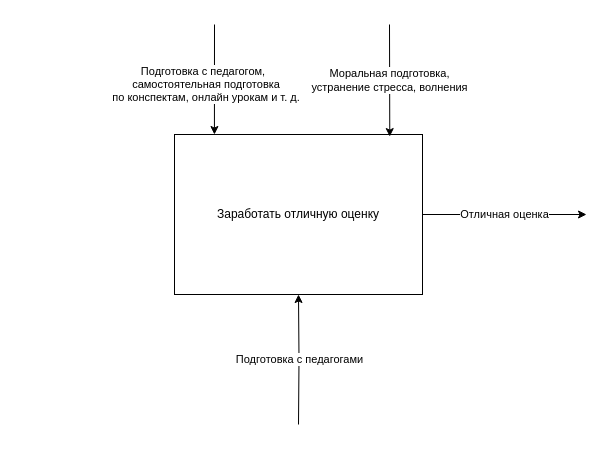
Earlier version of the draw.io diagram First exercise.drawio (IcRipperr/IDEF0). Source tidied: cells renumbered, new cells numbered last; positions are measured from the earlier drawing's top-left corner, leaving out a move shared by most shapes. Both pictures are drawn from the tidied source at 100%, with x=0, y=0 at pixel (174, 24).
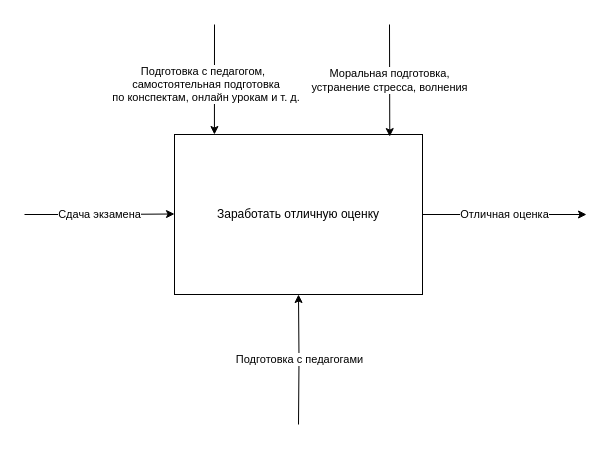
The same page after the edit.

Change to the diagram source:
```diff
@@
 <mxGraphModel>
   <root>
     <mxCell id="0" />
     <mxCell id="1" parent="0" />
     <mxCell id="2" value="Отличная оценка" style="edgeStyle=orthogonalEdgeStyle;rounded=0;jettySize=auto;html=1;" parent="1" edge="1" source="3">
       <mxGeometry relative="1" as="geometry">
         <mxPoint x="412" y="190" as="targetPoint" />
       </mxGeometry>
     </mxCell>
     <mxCell id="3" value="Заработать отличную оценку" style="rounded=0;whiteSpace=wrap;html=1;" parent="1" vertex="1">
       <mxGeometry y="110" width="248" height="160" as="geometry" />
     </mxCell>
     <mxCell id="4" value="Подготовка с педагогами" style="edgeStyle=orthogonalEdgeStyle;rounded=0;jettySize=auto;html=1;entryX=0.5;entryY=1;entryDx=0;entryDy=0;" parent="1" edge="1" target="3">
       <mxGeometry relative="1" as="geometry">
         <mxPoint x="124" y="400" as="sourcePoint" />
       </mxGeometry>
     </mxCell>
     <mxCell id="5" value="Подготовка с педагогом,&amp;nbsp;&lt;br&gt;&amp;nbsp;самостоятельная подготовка&lt;br&gt;&amp;nbsp;по&amp;nbsp;конспектам, онлайн урокам и т. д." style="edgeStyle=orthogonalEdgeStyle;rounded=0;jettySize=auto;html=1;entryX=0.161;entryY=0;entryDx=0;entryDy=0;entryPerimeter=0;" parent="1" edge="1" target="3">
       <mxGeometry x="0.09" y="-10" relative="1" as="geometry">
         <mxPoint x="40" as="sourcePoint" />
         <Array as="points">
           <mxPoint x="40" />
         </Array>
       </mxGeometry>
     </mxCell>
     <mxCell id="6" value="Моральная подготовка, &lt;br&gt;устранение стресса, волнения" style="edgeStyle=orthogonalEdgeStyle;rounded=0;jettySize=auto;html=1;entryX=0.868;entryY=0.013;entryDx=0;entryDy=0;entryPerimeter=0;" parent="1" edge="1" target="3">
       <mxGeometry relative="1" as="geometry">
         <mxPoint x="215" as="sourcePoint" />
         <Array as="points">
           <mxPoint x="215" />
         </Array>
       </mxGeometry>
     </mxCell>
+    <mxCell id="7" value="Сдача экзамена" style="edgeStyle=orthogonalEdgeStyle;rounded=0;orthogonalLoop=1;jettySize=auto;html=1;" parent="1" edge="1">
+      <mxGeometry relative="1" as="geometry">
+        <mxPoint x="-150" y="190" as="sourcePoint" />
+        <mxPoint y="189.5" as="targetPoint" />
+        <Array as="points">
+          <mxPoint x="-75" y="190" />
+        </Array>
+      </mxGeometry>
+    </mxCell>
   </root>
 </mxGraphModel>
```
